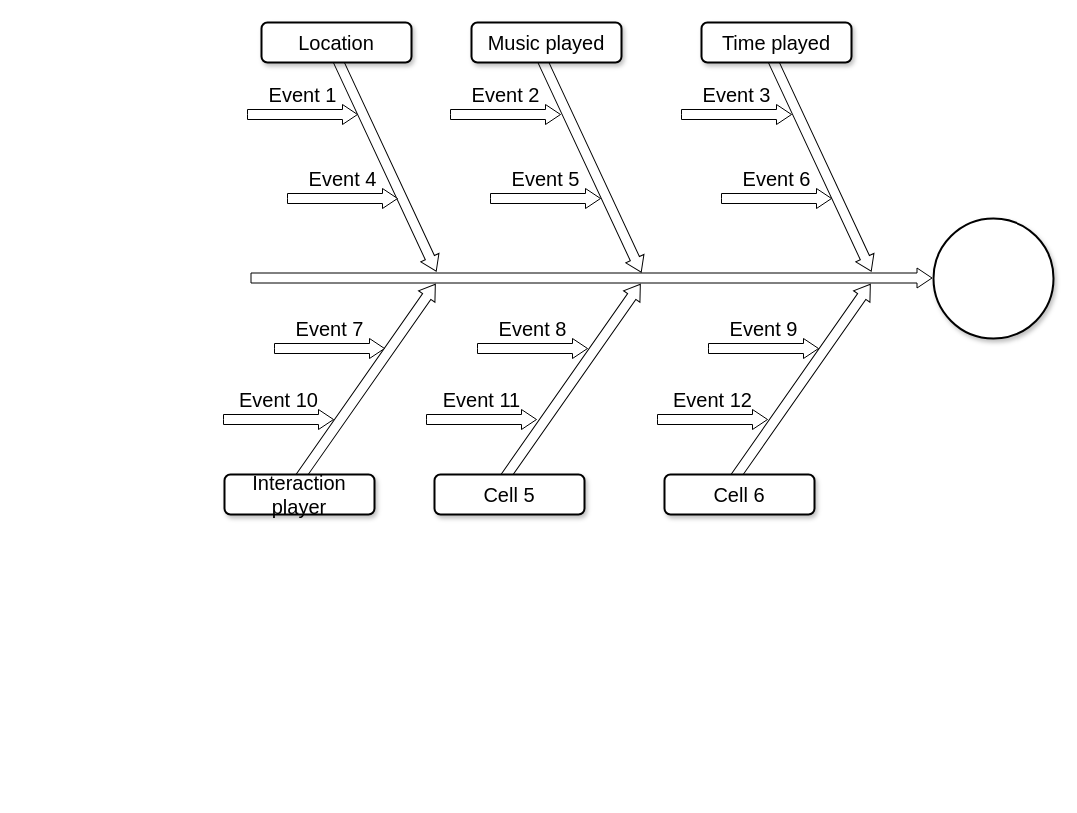
Before: Untitled Diagram.drawio in antonyitki/Data-Engineering, a draw.io diagram. Source tidied: cells renumbered, new cells numbered last; positions are measured from the earlier drawing's top-left corner, leaving out a move shared by most shapes. Both pictures are drawn from the tidied source at 100%, with x=0, y=0 at pixel (224, -63).
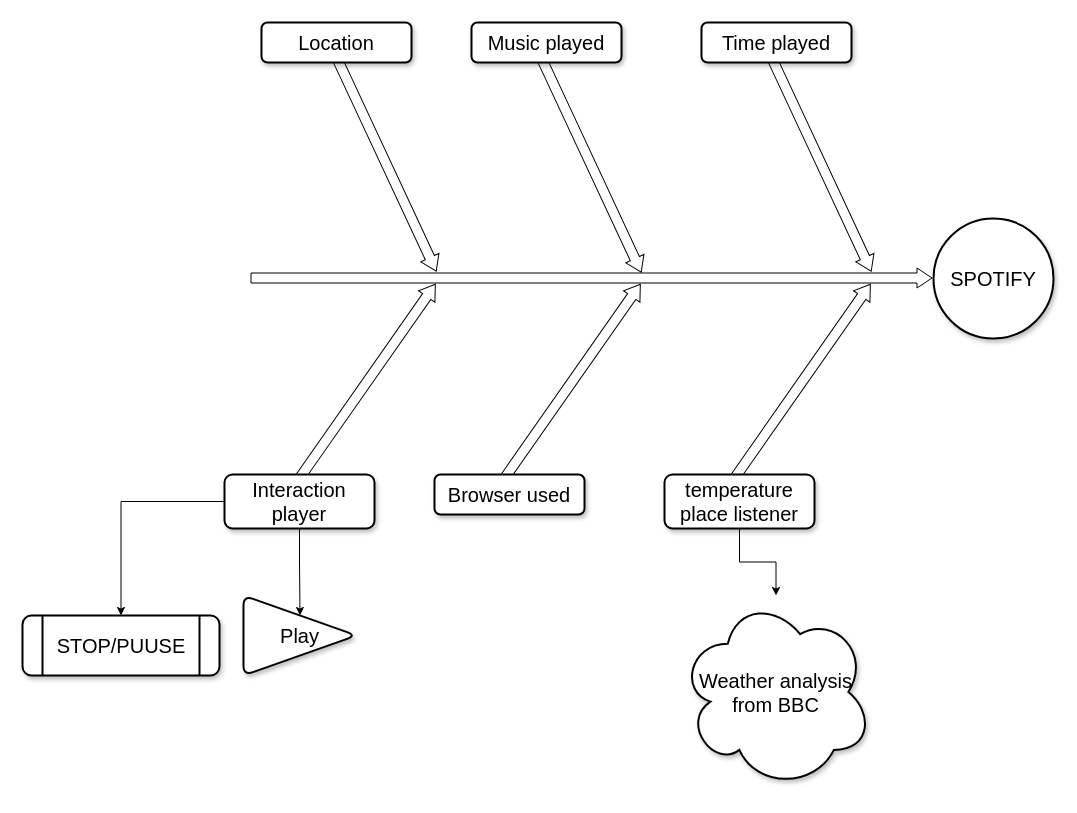
After the change.

The edit, as a diff of the source:
```diff
@@
+    <mxCell id="28" style="edgeStyle=orthogonalEdgeStyle;rounded=0;jettySize=auto;html=1;" parent="1" edge="1" source="12" target="32">
+      <mxGeometry relative="1" as="geometry" />
+    </mxCell>
+    <mxCell id="29" style="edgeStyle=orthogonalEdgeStyle;rounded=0;jettySize=auto;html=1;" parent="1" edge="1" source="12" target="33">
+      <mxGeometry relative="1" as="geometry" />
+    </mxCell>
     <mxCell id="12" value="Interaction player" style="rounded=1;whiteSpace=wrap;html=1;shadow=1;strokeWidth=2;fontSize=20;" parent="1" vertex="1">
-      <mxGeometry y="537" width="150" height="40" as="geometry" />
+      <mxGeometry y="537" width="150" height="54" as="geometry" />
     </mxCell>
-    <mxCell id="13" value="Cell 5" style="rounded=1;whiteSpace=wrap;html=1;shadow=1;strokeWidth=2;fontSize=20;" parent="1" vertex="1">
+    <mxCell id="13" value="Browser used" style="rounded=1;whiteSpace=wrap;html=1;shadow=1;strokeWidth=2;fontSize=20;" parent="1" vertex="1">
       <mxGeometry x="210" y="537" width="150" height="40" as="geometry" />
     </mxCell>
+    <mxCell id="30" style="edgeStyle=orthogonalEdgeStyle;rounded=0;jettySize=auto;html=1;" parent="1" edge="1" source="14" target="31">
+      <mxGeometry relative="1" as="geometry" />
+    </mxCell>
-    <mxCell id="14" value="Cell 6" style="rounded=1;whiteSpace=wrap;html=1;shadow=1;strokeWidth=2;fontSize=20;" parent="1" vertex="1">
-      <mxGeometry x="440" y="537" width="150" height="40" as="geometry" />
+    <mxCell id="14" value="temperature place listener" style="rounded=1;whiteSpace=wrap;html=1;shadow=1;strokeWidth=2;fontSize=20;" parent="1" vertex="1">
+      <mxGeometry x="440" y="537" width="150" height="54" as="geometry" />
     </mxCell>
-    <mxCell id="15" style="ellipse;whiteSpace=wrap;html=1;rounded=1;shadow=1;strokeWidth=2;fontSize=20;" parent="1" vertex="1">
+    <mxCell id="15" value="SPOTIFY" style="ellipse;whiteSpace=wrap;html=1;rounded=1;shadow=1;strokeWidth=2;fontSize=20;" parent="1" vertex="1">
       <mxGeometry x="709" y="281" width="120" height="120" as="geometry" />
     </mxCell>
-    <mxCell id="16" value="Event 1" style="html=1;shadow=0;dashed=0;align=center;verticalAlign=middle;shape=mxgraph.arrows2.arrow;dy=0.5;dx=15;direction=north;notch=0;rounded=0;strokeWidth=1;fontSize=20;rotation=90;horizontal=0;labelPosition=left;verticalLabelPosition=middle;" parent="1" vertex="1">
-      <mxGeometry x="68" y="122" width="20" height="110" as="geometry" />
-    </mxCell>
-    <mxCell id="17" value="Event 2" style="html=1;shadow=0;dashed=0;align=center;verticalAlign=middle;shape=mxgraph.arrows2.arrow;dy=0.5;dx=15;direction=north;notch=0;rounded=0;strokeWidth=1;fontSize=20;rotation=90;horizontal=0;labelPosition=left;verticalLabelPosition=middle;" parent="1" vertex="1">
-      <mxGeometry x="271" y="122" width="20" height="110" as="geometry" />
-    </mxCell>
-    <mxCell id="18" value="Event 3" style="html=1;shadow=0;dashed=0;align=center;verticalAlign=middle;shape=mxgraph.arrows2.arrow;dy=0.5;dx=15;direction=north;notch=0;rounded=0;strokeWidth=1;fontSize=20;rotation=90;horizontal=0;labelPosition=left;verticalLabelPosition=middle;" parent="1" vertex="1">
-      <mxGeometry x="502" y="122" width="20" height="110" as="geometry" />
-    </mxCell>
-    <mxCell id="19" value="Event 10" style="html=1;shadow=0;dashed=0;align=center;verticalAlign=middle;shape=mxgraph.arrows2.arrow;dy=0.5;dx=15;direction=north;notch=0;rounded=0;strokeWidth=1;fontSize=20;rotation=90;horizontal=0;labelPosition=left;verticalLabelPosition=middle;" parent="1" vertex="1">
-      <mxGeometry x="44" y="427" width="20" height="110" as="geometry" />
-    </mxCell>
-    <mxCell id="20" value="Event 11" style="html=1;shadow=0;dashed=0;align=center;verticalAlign=middle;shape=mxgraph.arrows2.arrow;dy=0.5;dx=15;direction=north;notch=0;rounded=0;strokeWidth=1;fontSize=20;rotation=90;horizontal=0;labelPosition=left;verticalLabelPosition=middle;" parent="1" vertex="1">
-      <mxGeometry x="247" y="427" width="20" height="110" as="geometry" />
-    </mxCell>
-    <mxCell id="21" value="Event 12" style="html=1;shadow=0;dashed=0;align=center;verticalAlign=middle;shape=mxgraph.arrows2.arrow;dy=0.5;dx=15;direction=north;notch=0;rounded=0;strokeWidth=1;fontSize=20;rotation=90;horizontal=0;labelPosition=left;verticalLabelPosition=middle;" parent="1" vertex="1">
-      <mxGeometry x="478" y="427" width="20" height="110" as="geometry" />
-    </mxCell>
-    <mxCell id="22" value="Event 4" style="html=1;shadow=0;dashed=0;align=center;verticalAlign=middle;shape=mxgraph.arrows2.arrow;dy=0.5;dx=15;direction=north;notch=0;rounded=0;strokeWidth=1;fontSize=20;rotation=90;horizontal=0;labelPosition=left;verticalLabelPosition=middle;" parent="1" vertex="1">
-      <mxGeometry x="108" y="206" width="20" height="110" as="geometry" />
-    </mxCell>
-    <mxCell id="23" value="Event 5" style="html=1;shadow=0;dashed=0;align=center;verticalAlign=middle;shape=mxgraph.arrows2.arrow;dy=0.5;dx=15;direction=north;notch=0;rounded=0;strokeWidth=1;fontSize=20;rotation=90;horizontal=0;labelPosition=left;verticalLabelPosition=middle;" parent="1" vertex="1">
-      <mxGeometry x="311" y="206" width="20" height="110" as="geometry" />
-    </mxCell>
-    <mxCell id="24" value="Event 6" style="html=1;shadow=0;dashed=0;align=center;verticalAlign=middle;shape=mxgraph.arrows2.arrow;dy=0.5;dx=15;direction=north;notch=0;rounded=0;strokeWidth=1;fontSize=20;rotation=90;horizontal=0;labelPosition=left;verticalLabelPosition=middle;" parent="1" vertex="1">
-      <mxGeometry x="542" y="206" width="20" height="110" as="geometry" />
-    </mxCell>
-    <mxCell id="25" value="Event 7" style="html=1;shadow=0;dashed=0;align=center;verticalAlign=middle;shape=mxgraph.arrows2.arrow;dy=0.5;dx=15;direction=north;notch=0;rounded=0;strokeWidth=1;fontSize=20;rotation=90;horizontal=0;labelPosition=left;verticalLabelPosition=middle;" parent="1" vertex="1">
-      <mxGeometry x="95" y="356" width="20" height="110" as="geometry" />
-    </mxCell>
-    <mxCell id="26" value="Event 8" style="html=1;shadow=0;dashed=0;align=center;verticalAlign=middle;shape=mxgraph.arrows2.arrow;dy=0.5;dx=15;direction=north;notch=0;rounded=0;strokeWidth=1;fontSize=20;rotation=90;horizontal=0;labelPosition=left;verticalLabelPosition=middle;" parent="1" vertex="1">
-      <mxGeometry x="298" y="356" width="20" height="110" as="geometry" />
-    </mxCell>
-    <mxCell id="27" value="Event 9" style="html=1;shadow=0;dashed=0;align=center;verticalAlign=middle;shape=mxgraph.arrows2.arrow;dy=0.5;dx=15;direction=north;notch=0;rounded=0;strokeWidth=1;fontSize=20;rotation=90;horizontal=0;labelPosition=left;verticalLabelPosition=middle;" parent="1" vertex="1">
-      <mxGeometry x="529" y="356" width="20" height="110" as="geometry" />
-    </mxCell>
+    <mxCell id="31" value="Weather analysis from BBC" style="ellipse;shape=cloud;whiteSpace=wrap;html=1;fontSize=20;rounded=1;shadow=1;strokeWidth=2;" parent="1" vertex="1">
+      <mxGeometry x="455" y="658" width="193" height="193" as="geometry" />
+    </mxCell>
+    <mxCell id="32" value="Play" style="triangle;whiteSpace=wrap;html=1;fontSize=20;rounded=1;shadow=1;strokeWidth=2;" parent="1" vertex="1">
+      <mxGeometry x="19" y="658" width="113" height="80" as="geometry" />
+    </mxCell>
+    <mxCell id="33" value="STOP/PUUSE" style="shape=process;whiteSpace=wrap;html=1;backgroundOutline=1;fontSize=20;rounded=1;shadow=1;strokeWidth=2;" parent="1" vertex="1">
+      <mxGeometry x="-202" y="678" width="197" height="60" as="geometry" />
+    </mxCell>
```
